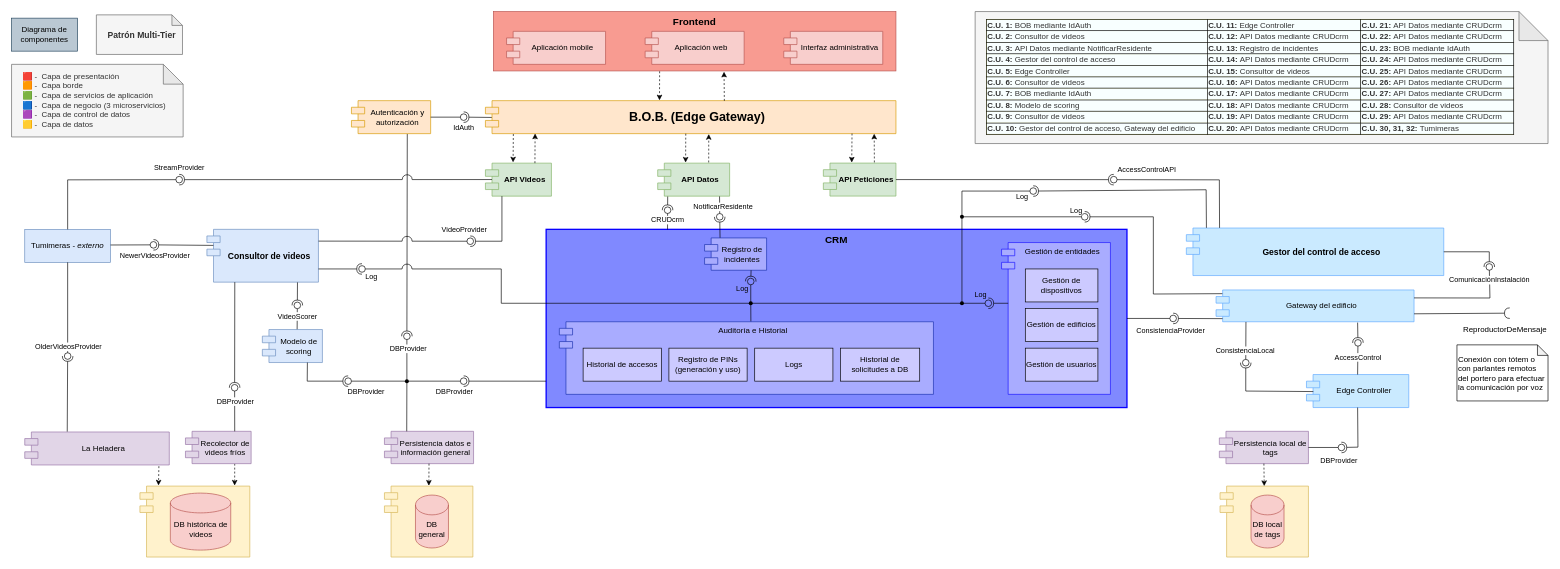
Above: Documentación de la arquitectura/Diagramas/Editables-drawio/Diagrama-de-componentes.drawio in LIMoreno04/Caso-de-estudio---WolfSys---Arquitectura (draw.io), before the change. Source tidied: cells renumbered, new cells numbered last; positions are measured from the earlier drawing's top-left corner, leaving out a move shared by most shapes. Both pictures are drawn from the tidied source at 66%, with x=0, y=0 at pixel (11, 11).
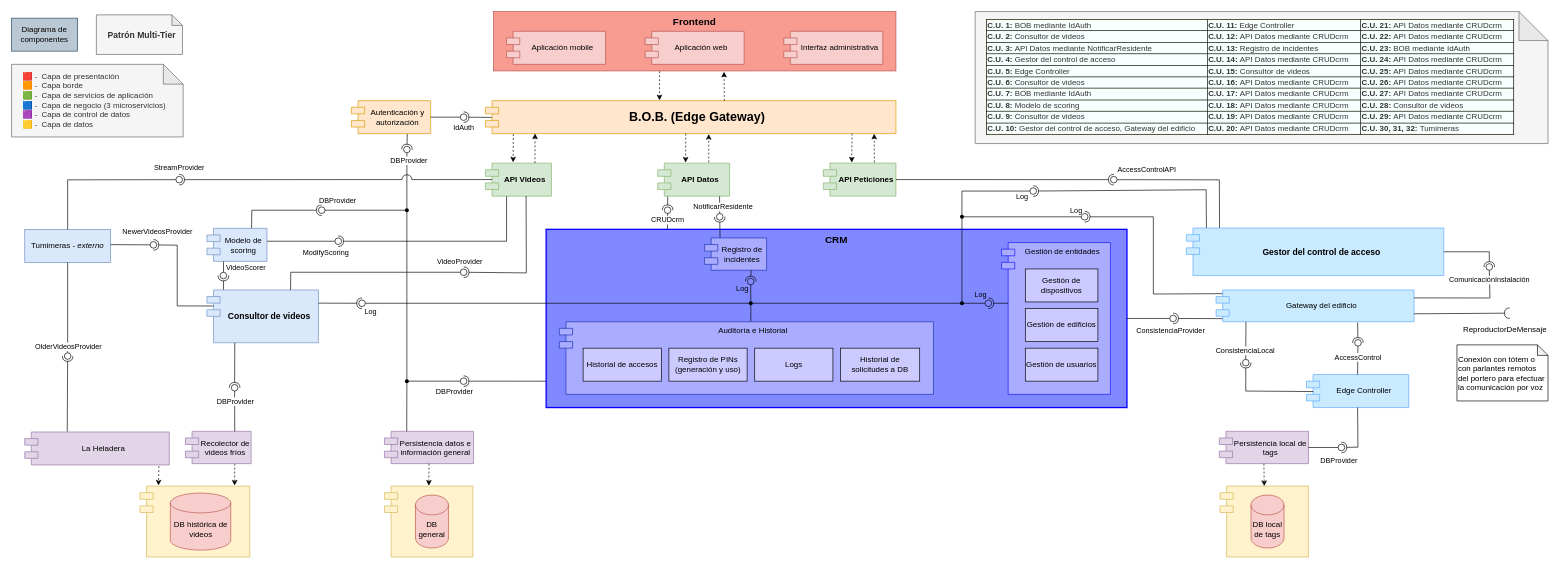
After the change.

Commit message (it also covers changes not shown here):
Updated diagrama de componentes

The change refers to these unchanged cells:
```xml
<mxCell id="7" value="API Videos" style="shape=module;align=left;spacingLeft=20;align=center;verticalAlign=middle;whiteSpace=wrap;html=1;fontStyle=1;fillColor=#d5e8d4;strokeColor=#82b366;" parent="1" vertex="1">
  <mxGeometry x="718" y="229.7" width="100" height="50" as="geometry" />
</mxCell>
<mxCell id="8" value="Tumimeras -&amp;nbsp;&lt;i&gt;externo&lt;/i&gt;" style="html=1;whiteSpace=wrap;fillColor=#dae8fc;strokeColor=#6c8ebf;fontStyle=0;" parent="1" vertex="1">
  <mxGeometry x="20" y="330" width="130" height="50" as="geometry" />
</mxCell>
<mxCell id="69" style="ellipse;whiteSpace=wrap;html=1;align=center;fillColor=none;strokeColor=none;perimeter=centerPerimeter;points=[];outlineConnect=1;" parent="1" vertex="1">
  <mxGeometry x="210" y="348.5" width="10" height="10" as="geometry" />
</mxCell>
<mxCell id="74" style="shape=waypoint;sketch=0;fillStyle=solid;size=6;points=[];fillColor=none;perimeter=centerPerimeter;snapToPoint=1;" parent="1" vertex="1">
  <mxGeometry x="1110" y="432" width="20" height="20" as="geometry" />
</mxCell>
<mxCell id="103" style="shape=waypoint;sketch=0;fillStyle=solid;size=6;points=[];fillColor=none;perimeter=centerPerimeter;snapToPoint=1;" parent="1" vertex="1">
  <mxGeometry x="589" y="550" width="20" height="20" as="geometry" />
</mxCell>
```

What changed in the source:
```diff
@@
+    <mxCell id="100" style="rounded=0;jettySize=auto;html=1;endArrow=oval;endFill=0;sketch=0;sourcePerimeterSpacing=0;targetPerimeterSpacing=0;endSize=10;exitX=0.374;exitY=0.222;exitDx=0;exitDy=0;exitPerimeter=0;" parent="1" edge="1" source="171" target="102">
+      <mxGeometry relative="1" as="geometry" />
+    </mxCell>
+    <mxCell id="101" value="DBProvider" style="edgeLabel;html=1;align=center;verticalAlign=middle;" parent="100" vertex="1">
+      <mxGeometry x="0.66" y="-1" relative="1" as="geometry">
+        <mxPoint x="1" as="offset" />
+      </mxGeometry>
+    </mxCell>
@@
     <mxCell id="35" value="Consultor de videos" style="shape=module;align=left;spacingLeft=20;align=center;verticalAlign=middle;whiteSpace=wrap;html=1;fontStyle=1;fontSize=13;fillColor=#dae8fc;strokeColor=#6c8ebf;" parent="1" vertex="1">
-      <mxGeometry x="296" y="330" width="169" height="80" as="geometry" />
+      <mxGeometry x="296" y="421.8" width="169" height="80" as="geometry" />
     </mxCell>
-    <mxCell id="36" style="rounded=0;jettySize=auto;html=1;endArrow=halfCircle;endFill=0;endSize=6;strokeWidth=1;sketch=0;exitX=0.25;exitY=1;exitDx=0;exitDy=0;jumpStyle=arc;jumpSize=15;" parent="1" edge="1" source="7" target="39">
+    <mxCell id="36" style="rounded=0;jettySize=auto;html=1;endArrow=halfCircle;endFill=0;endSize=6;strokeWidth=1;sketch=0;exitX=0.616;exitY=0.995;exitDx=0;exitDy=0;jumpStyle=arc;jumpSize=15;exitPerimeter=0;" parent="1" edge="1" source="7" target="39">
       <mxGeometry relative="1" as="geometry">
         <Array as="points">
-          <mxPoint x="743" y="348" />
+          <mxPoint x="780" y="396" />
         </Array>
       </mxGeometry>
     </mxCell>
     <mxCell id="37" value="VideoProvider" style="edgeLabel;html=1;align=center;verticalAlign=middle;" parent="36" vertex="1">
       <mxGeometry x="0.57" relative="1" as="geometry">
-        <mxPoint x="-35" y="-18" as="offset" />
+        <mxPoint x="-52" y="-17" as="offset" />
       </mxGeometry>
     </mxCell>
-    <mxCell id="38" style="rounded=0;jettySize=auto;html=1;endArrow=oval;endFill=0;sketch=0;sourcePerimeterSpacing=0;targetPerimeterSpacing=0;endSize=10;jumpStyle=arc;jumpSize=15;exitX=1.001;exitY=0.223;exitDx=0;exitDy=0;exitPerimeter=0;" parent="1" edge="1" source="35" target="39">
-      <mxGeometry relative="1" as="geometry" />
+    <mxCell id="38" style="rounded=0;jettySize=auto;html=1;endArrow=oval;endFill=0;sketch=0;sourcePerimeterSpacing=0;targetPerimeterSpacing=0;endSize=10;jumpStyle=arc;jumpSize=15;exitX=0.75;exitY=0;exitDx=0;exitDy=0;" parent="1" edge="1" source="35" target="39">
+      <mxGeometry relative="1" as="geometry">
+        <Array as="points">
+          <mxPoint x="423" y="395" />
+        </Array>
+      </mxGeometry>
     </mxCell>
     <mxCell id="39" style="ellipse;whiteSpace=wrap;html=1;align=center;fillColor=none;strokeColor=none;perimeter=centerPerimeter;points=[];outlineConnect=1;" parent="1" vertex="1">
-      <mxGeometry x="690" y="343" width="10" height="10" as="geometry" />
+      <mxGeometry x="680" y="390" width="10" height="10" as="geometry" />
     </mxCell>
     <mxCell id="40" value="Modelo de scoring" style="shape=module;align=left;spacingLeft=20;align=center;verticalAlign=middle;whiteSpace=wrap;html=1;fillColor=#dae8fc;strokeColor=#6c8ebf;" parent="1" vertex="1">
-      <mxGeometry x="380" y="481.8" width="91" height="50" as="geometry" />
+      <mxGeometry x="296" y="328.5" width="91" height="50" as="geometry" />
     </mxCell>
-    <mxCell id="41" style="rounded=0;jettySize=auto;html=1;endArrow=halfCircle;endFill=0;endSize=6;strokeWidth=1;sketch=0;exitX=0.812;exitY=1.004;exitDx=0;exitDy=0;exitPerimeter=0;" parent="1" edge="1" source="35" target="44">
+    <mxCell id="41" style="rounded=0;jettySize=auto;html=1;endArrow=halfCircle;endFill=0;endSize=6;strokeWidth=1;sketch=0;exitX=0.149;exitY=-0.006;exitDx=0;exitDy=0;exitPerimeter=0;" parent="1" edge="1" source="35" target="44">
       <mxGeometry relative="1" as="geometry" />
     </mxCell>
-    <mxCell id="42" style="rounded=0;jettySize=auto;html=1;endArrow=oval;endFill=0;sketch=0;sourcePerimeterSpacing=0;targetPerimeterSpacing=0;endSize=10;exitX=0.579;exitY=-0.009;exitDx=0;exitDy=0;exitPerimeter=0;" parent="1" edge="1" source="40" target="44">
+    <mxCell id="42" style="rounded=0;jettySize=auto;html=1;endArrow=oval;endFill=0;sketch=0;sourcePerimeterSpacing=0;targetPerimeterSpacing=0;endSize=10;exitX=0.277;exitY=1.001;exitDx=0;exitDy=0;exitPerimeter=0;" parent="1" edge="1" source="40" target="44">
       <mxGeometry relative="1" as="geometry" />
     </mxCell>
     <mxCell id="43" value="VideoScorer" style="edgeLabel;html=1;align=center;verticalAlign=middle;" parent="42" vertex="1">
-      <mxGeometry x="0.1" relative="1" as="geometry" />
+      <mxGeometry x="0.1" relative="1" as="geometry">
+        <mxPoint x="33" y="-3" as="offset" />
+      </mxGeometry>
     </mxCell>
     <mxCell id="44" style="ellipse;whiteSpace=wrap;html=1;align=center;fillColor=none;strokeColor=none;perimeter=centerPerimeter;points=[];outlineConnect=1;" parent="1" vertex="1">
-      <mxGeometry x="428" y="440.2" width="10" height="10" as="geometry" />
+      <mxGeometry x="316" y="395" width="10" height="10" as="geometry" />
     </mxCell>
@@
     <mxCell id="66" style="rounded=0;jettySize=auto;html=1;endArrow=halfCircle;endFill=0;endSize=6;strokeWidth=1;sketch=0;exitX=0.058;exitY=0.304;exitDx=0;exitDy=0;exitPerimeter=0;" parent="1" edge="1" source="35" target="69">
-      <mxGeometry relative="1" as="geometry" />
+      <mxGeometry relative="1" as="geometry">
+        <Array as="points">
+          <mxPoint x="251" y="446" />
+          <mxPoint x="251" y="354" />
+        </Array>
+      </mxGeometry>
     </mxCell>
-    <mxCell id="67" style="rounded=0;jettySize=auto;html=1;endArrow=oval;endFill=0;sketch=0;sourcePerimeterSpacing=0;targetPerimeterSpacing=0;endSize=10;exitX=1;exitY=0.474;exitDx=0;exitDy=0;exitPerimeter=0;" parent="1" edge="1" source="8" target="69">
+    <mxCell id="67" style="rounded=0;jettySize=auto;html=1;endArrow=oval;endFill=0;sketch=0;sourcePerimeterSpacing=0;targetPerimeterSpacing=0;endSize=10;exitX=1.001;exitY=0.463;exitDx=0;exitDy=0;exitPerimeter=0;" parent="1" edge="1" source="8" target="69">
       <mxGeometry relative="1" as="geometry" />
     </mxCell>
     <mxCell id="68" value="NewerVideosProvider" style="edgeLabel;html=1;align=center;verticalAlign=middle;" parent="67" vertex="1">
       <mxGeometry x="0.48" y="1" relative="1" as="geometry">
-        <mxPoint x="19" y="17" as="offset" />
+        <mxPoint x="22" y="-19" as="offset" />
       </mxGeometry>
     </mxCell>
@@
-    <mxCell id="92" style="rounded=0;jettySize=auto;html=1;endArrow=halfCircle;endFill=0;endSize=6;strokeWidth=1;sketch=0;exitX=1;exitY=0.75;exitDx=0;exitDy=0;" parent="1" edge="1" source="35" target="95">
+    <mxCell id="92" style="rounded=0;jettySize=auto;html=1;endArrow=halfCircle;endFill=0;endSize=6;strokeWidth=1;sketch=0;exitX=1;exitY=0.25;exitDx=0;exitDy=0;" parent="1" edge="1" source="35" target="95">
       <mxGeometry relative="1" as="geometry" />
     </mxCell>
     <mxCell id="93" style="rounded=0;jettySize=auto;html=1;endArrow=oval;endFill=0;sketch=0;sourcePerimeterSpacing=0;targetPerimeterSpacing=0;endSize=10;exitX=0.47;exitY=0.1;exitDx=0;exitDy=0;exitPerimeter=0;jumpStyle=arc;jumpSize=15;" parent="1" edge="1" source="74" target="95">
-      <mxGeometry relative="1" as="geometry">
-        <Array as="points">
-          <mxPoint x="742" y="442" />
-          <mxPoint x="742" y="390" />
-        </Array>
-      </mxGeometry>
+      <mxGeometry relative="1" as="geometry" />
     </mxCell>
@@
     <mxCell id="95" style="ellipse;whiteSpace=wrap;html=1;align=center;fillColor=none;strokeColor=none;perimeter=centerPerimeter;points=[];outlineConnect=1;" parent="1" vertex="1">
-      <mxGeometry x="526" y="385" width="10" height="10" as="geometry" />
+      <mxGeometry x="526" y="437" width="10" height="10" as="geometry" />
     </mxCell>
@@
-    <mxCell id="100" style="rounded=0;jettySize=auto;html=1;endArrow=oval;endFill=0;sketch=0;sourcePerimeterSpacing=0;targetPerimeterSpacing=0;endSize=10;exitX=0.333;exitY=0.4;exitDx=0;exitDy=0;exitPerimeter=0;" parent="1" edge="1" source="103" target="102">
-      <mxGeometry relative="1" as="geometry" />
-    </mxCell>
-    <mxCell id="101" value="DBProvider" style="edgeLabel;html=1;align=center;verticalAlign=middle;" parent="100" vertex="1">
-      <mxGeometry x="0.66" y="-1" relative="1" as="geometry">
-        <mxPoint y="6" as="offset" />
-      </mxGeometry>
-    </mxCell>
     <mxCell id="102" style="ellipse;whiteSpace=wrap;html=1;align=center;fillColor=none;strokeColor=none;perimeter=centerPerimeter;points=[];outlineConnect=1;" parent="1" vertex="1">
-      <mxGeometry x="594" y="487" width="10" height="10" as="geometry" />
+      <mxGeometry x="594" y="204" width="10" height="10" as="geometry" />
     </mxCell>
@@
-    <mxCell id="115" style="rounded=0;jettySize=auto;html=1;endArrow=halfCircle;endFill=0;endSize=6;strokeWidth=1;sketch=0;exitX=0.75;exitY=1;exitDx=0;exitDy=0;" parent="1" edge="1" source="40" target="117">
-      <mxGeometry relative="1" as="geometry">
-        <Array as="points">
-          <mxPoint x="448" y="560" />
-        </Array>
-      </mxGeometry>
-    </mxCell>
-    <mxCell id="116" style="rounded=0;jettySize=auto;html=1;endArrow=oval;endFill=0;sketch=0;sourcePerimeterSpacing=0;targetPerimeterSpacing=0;endSize=10;exitX=0.144;exitY=0.733;exitDx=0;exitDy=0;exitPerimeter=0;" parent="1" edge="1" source="103" target="117">
-      <mxGeometry relative="1" as="geometry" />
-    </mxCell>
-    <mxCell id="117" style="ellipse;whiteSpace=wrap;html=1;align=center;fillColor=none;strokeColor=none;perimeter=centerPerimeter;points=[];outlineConnect=1;" parent="1" vertex="1">
-      <mxGeometry x="505" y="555" width="10" height="10" as="geometry" />
-    </mxCell>
-    <mxCell id="118" value="DBProvider" style="edgeLabel;html=1;align=center;verticalAlign=middle;" parent="1" vertex="1">
-      <mxGeometry x="536" y="575" as="geometry" />
-    </mxCell>
@@
+    <mxCell id="167" style="rounded=0;jettySize=auto;html=1;endArrow=halfCircle;endFill=0;endSize=6;strokeWidth=1;sketch=0;jumpStyle=arc;jumpSize=15;exitX=0.32;exitY=1.004;exitDx=0;exitDy=0;exitPerimeter=0;" parent="1" edge="1" source="7" target="170">
+      <mxGeometry relative="1" as="geometry">
+        <Array as="points">
+          <mxPoint x="750" y="348" />
+        </Array>
+      </mxGeometry>
+    </mxCell>
+    <mxCell id="168" style="rounded=0;jettySize=auto;html=1;endArrow=oval;endFill=0;sketch=0;sourcePerimeterSpacing=0;targetPerimeterSpacing=0;endSize=10;exitX=1.002;exitY=0.39;exitDx=0;exitDy=0;exitPerimeter=0;" parent="1" edge="1" source="40" target="170">
+      <mxGeometry relative="1" as="geometry" />
+    </mxCell>
+    <mxCell id="169" value="ModifyScoring" style="edgeLabel;html=1;align=center;verticalAlign=middle;" parent="168" vertex="1">
+      <mxGeometry x="0.68" y="-1" relative="1" as="geometry">
+        <mxPoint x="-3" y="15" as="offset" />
+      </mxGeometry>
+    </mxCell>
+    <mxCell id="170" style="ellipse;whiteSpace=wrap;html=1;align=center;fillColor=none;strokeColor=none;perimeter=centerPerimeter;points=[];outlineConnect=1;" parent="1" vertex="1">
+      <mxGeometry x="490" y="343" width="10" height="10" as="geometry" />
+    </mxCell>
+    <mxCell id="171" style="shape=waypoint;sketch=0;fillStyle=solid;size=6;points=[];fillColor=none;perimeter=centerPerimeter;snapToPoint=1;" parent="1" vertex="1">
+      <mxGeometry x="589" y="291" width="20" height="20" as="geometry" />
+    </mxCell>
+    <mxCell id="172" style="endArrow=none;html=1;rounded=0;entryX=0.452;entryY=0.947;entryDx=0;entryDy=0;entryPerimeter=0;exitX=0.659;exitY=-0.107;exitDx=0;exitDy=0;exitPerimeter=0;" parent="1" edge="1" source="103" target="171">
+      <mxGeometry relative="1" as="geometry" />
+    </mxCell>
+    <mxCell id="173" style="rounded=0;jettySize=auto;html=1;endArrow=halfCircle;endFill=0;endSize=6;strokeWidth=1;sketch=0;exitX=0.744;exitY=-0.009;exitDx=0;exitDy=0;exitPerimeter=0;" parent="1" edge="1" source="40" target="175">
+      <mxGeometry relative="1" as="geometry">
+        <Array as="points">
+          <mxPoint x="364" y="301" />
+        </Array>
+      </mxGeometry>
+    </mxCell>
+    <mxCell id="174" style="rounded=0;jettySize=auto;html=1;endArrow=oval;endFill=0;sketch=0;sourcePerimeterSpacing=0;targetPerimeterSpacing=0;endSize=10;exitX=0.21;exitY=0.705;exitDx=0;exitDy=0;exitPerimeter=0;" parent="1" edge="1" source="171" target="175">
+      <mxGeometry relative="1" as="geometry" />
+    </mxCell>
+    <mxCell id="175" style="ellipse;whiteSpace=wrap;html=1;align=center;fillColor=none;strokeColor=none;perimeter=centerPerimeter;points=[];outlineConnect=1;" parent="1" vertex="1">
+      <mxGeometry x="465" y="296" width="10" height="10" as="geometry" />
+    </mxCell>
+    <mxCell id="118" value="DBProvider" style="edgeLabel;html=1;align=center;verticalAlign=middle;" parent="1" vertex="1">
+      <mxGeometry x="493" y="285" as="geometry" />
+    </mxCell>
```
